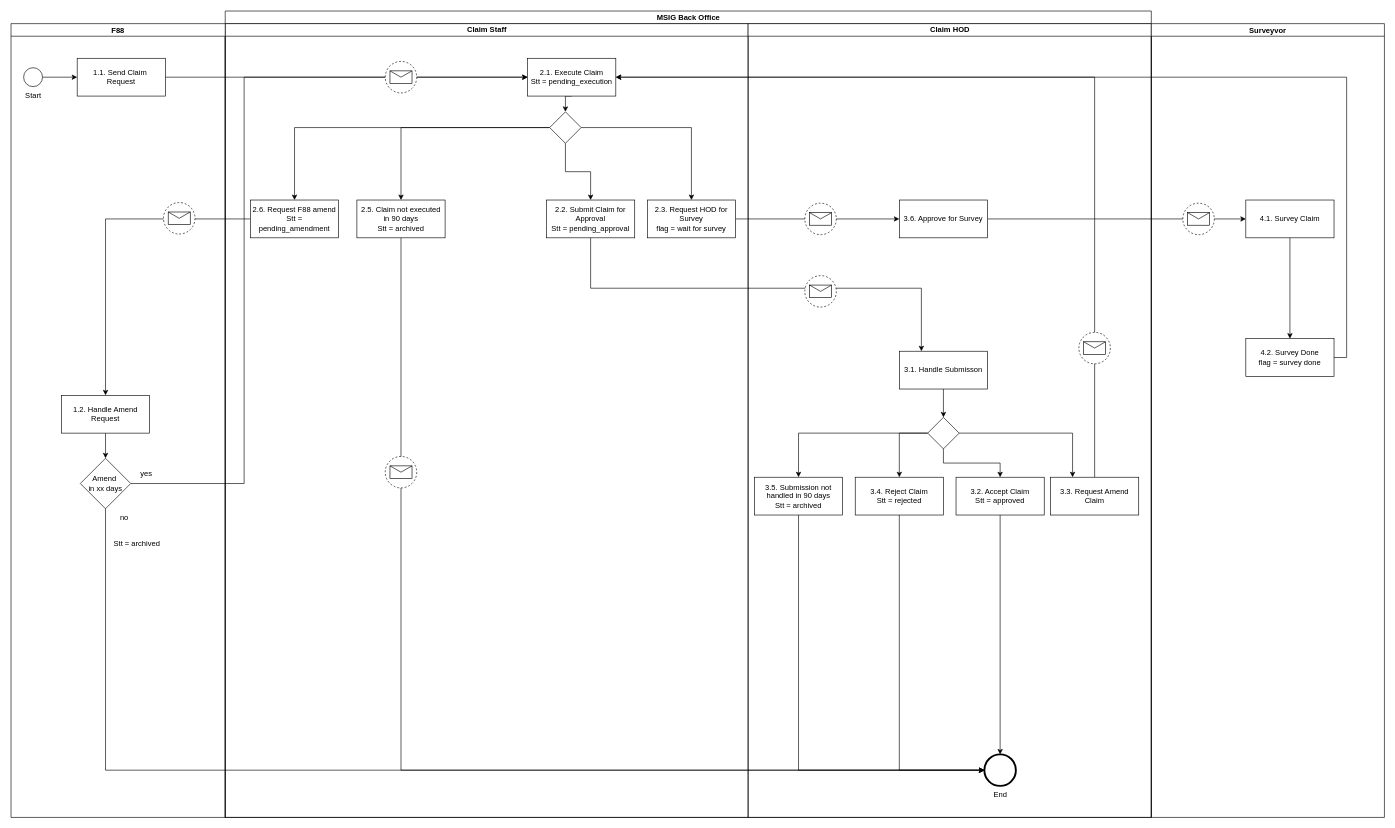
Chris-25/Book keeps this draw.io diagram as Copy of Untitled Diagram.drawio. Above is the earlier version. Source tidied: cells renumbered, new cells numbered last; positions are measured from the earlier drawing's top-left corner, leaving out a move shared by most shapes. Both pictures are drawn from the tidied source at 63%, with x=0, y=0 at pixel (11, 11).
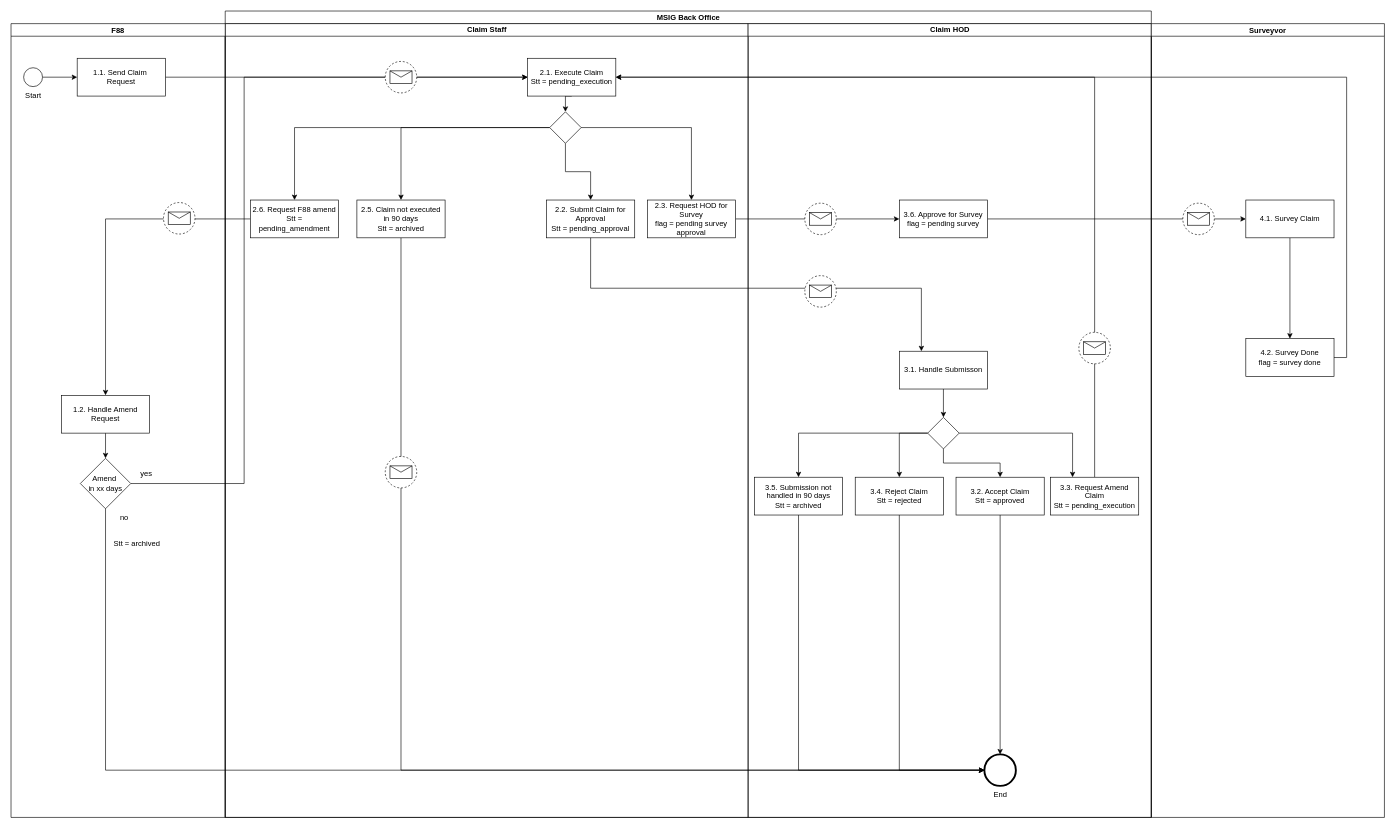
Above is the later version.

Unchanged cells that the change refers to:
```xml
<mxCell id="10" value="Claim Staff" style="swimlane;html=1;startSize=20;" parent="6" vertex="1">
  <mxGeometry y="20" width="830" height="1260" as="geometry" />
</mxCell>
<mxCell id="25" value="Claim HOD" style="swimlane;html=1;startSize=20;gradientColor=none;" parent="6" vertex="1">
  <mxGeometry x="830" y="20" width="640" height="1260" as="geometry" />
</mxCell>
```

What changed in the source:
```diff
@@
-    <mxCell id="19" value="2.3. Request HOD for Survey&lt;br&gt;flag = wait for survey" style="rounded=0;whiteSpace=wrap;html=1;" parent="10" vertex="1">
+    <mxCell id="19" value="2.3. Request HOD for Survey&lt;br&gt;flag = pending survey approval" style="rounded=0;whiteSpace=wrap;html=1;" parent="10" vertex="1">
       <mxGeometry x="670" y="280" width="140" height="60" as="geometry" />
     </mxCell>
@@
-    <mxCell id="26" value="3.6. Approve for Survey" style="rounded=0;whiteSpace=wrap;html=1;" parent="25" vertex="1">
+    <mxCell id="26" value="3.6. Approve for Survey&lt;br&gt;flag = pending survey" style="rounded=0;whiteSpace=wrap;html=1;" parent="25" vertex="1">
       <mxGeometry x="240" y="280" width="140" height="60" as="geometry" />
     </mxCell>
@@
-    <mxCell id="40" value="3.3. Request Amend&lt;br&gt;Claim" style="rounded=0;whiteSpace=wrap;html=1;" parent="25" vertex="1">
+    <mxCell id="40" value="3.3. Request Amend&lt;br&gt;Claim&lt;br&gt;Stt = pending_execution" style="rounded=0;whiteSpace=wrap;html=1;" parent="25" vertex="1">
       <mxGeometry x="480" y="720" width="140" height="60" as="geometry" />
     </mxCell>
```
